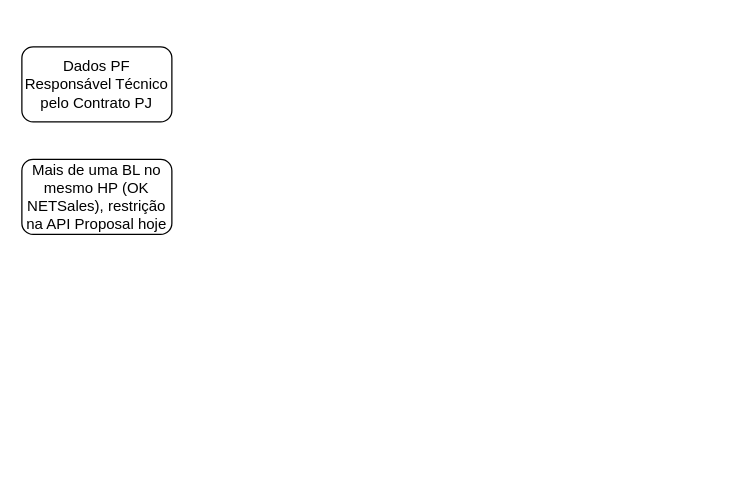
This is PME FIXA BASE SOLAR.drawio from samirali/ClaroBrasil, a draw.io file, before an edit. Source tidied: cells renumbered, new cells numbered last; positions are measured from the earlier drawing's top-left corner, leaving out a move shared by most shapes. Both pictures are drawn from the tidied source at 125%, with x=0, y=0 at pixel (21, 46).
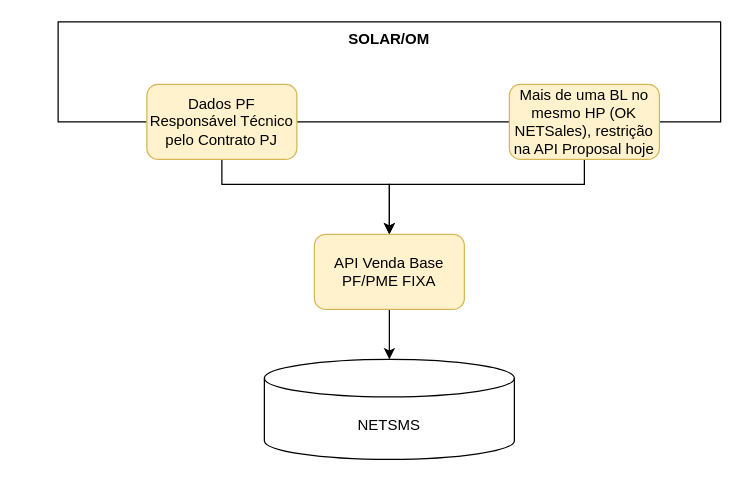
After the change.

Diff of the diagram source:
```diff
@@
 <mxGraphModel>
   <root>
     <mxCell id="0" />
     <mxCell id="1" parent="0" />
+    <mxCell id="4" value="SOLAR/OM" style="rounded=0;whiteSpace=wrap;html=1;verticalAlign=top;fontStyle=1;" parent="1" vertex="1">
+      <mxGeometry x="29" y="-20" width="530" height="80" as="geometry" />
+    </mxCell>
+    <mxCell id="5" style="edgeStyle=orthogonalEdgeStyle;rounded=0;jettySize=auto;html=1;entryX=0.5;entryY=0;entryDx=0;entryDy=0;" parent="1" edge="1" source="2" target="8">
+      <mxGeometry relative="1" as="geometry">
+        <Array as="points">
+          <mxPoint x="160" y="110" />
+          <mxPoint x="294" y="110" />
+        </Array>
+      </mxGeometry>
+    </mxCell>
-    <mxCell id="2" value="Dados PF Responsável Técnico pelo Contrato PJ" style="rounded=1;whiteSpace=wrap;html=1;" parent="1" vertex="1">
-      <mxGeometry width="120" height="60" as="geometry" />
+    <mxCell id="2" value="Dados PF Responsável Técnico pelo Contrato PJ" style="rounded=1;whiteSpace=wrap;html=1;fillColor=#fff2cc;strokeColor=#d6b656;" parent="1" vertex="1">
+      <mxGeometry x="100" y="30" width="120" height="60" as="geometry" />
     </mxCell>
+    <mxCell id="6" style="edgeStyle=orthogonalEdgeStyle;rounded=0;jettySize=auto;html=1;" parent="1" edge="1" source="3" target="8">
+      <mxGeometry relative="1" as="geometry">
+        <Array as="points">
+          <mxPoint x="450" y="110" />
+          <mxPoint x="294" y="110" />
+        </Array>
+      </mxGeometry>
+    </mxCell>
-    <mxCell id="3" value="Mais de uma BL no mesmo HP (OK NETSales), restrição na API Proposal hoje" style="rounded=1;whiteSpace=wrap;html=1;" parent="1" vertex="1">
-      <mxGeometry y="90" width="120" height="60" as="geometry" />
+    <mxCell id="3" value="Mais de uma BL no mesmo HP (OK NETSales), restrição na API Proposal hoje" style="rounded=1;whiteSpace=wrap;html=1;fillColor=#fff2cc;strokeColor=#d6b656;" parent="1" vertex="1">
+      <mxGeometry x="390" y="30" width="120" height="60" as="geometry" />
     </mxCell>
+    <mxCell id="7" style="edgeStyle=orthogonalEdgeStyle;rounded=0;jettySize=auto;html=1;" parent="1" edge="1" source="8" target="9">
+      <mxGeometry relative="1" as="geometry" />
+    </mxCell>
+    <mxCell id="8" value="API Venda Base PF/PME FIXA" style="rounded=1;whiteSpace=wrap;html=1;fillColor=#fff2cc;strokeColor=#d6b656;" parent="1" vertex="1">
+      <mxGeometry x="234" y="150" width="120" height="60" as="geometry" />
+    </mxCell>
+    <mxCell id="9" value="NETSMS" style="shape=cylinder3;whiteSpace=wrap;html=1;boundedLbl=1;backgroundOutline=1;size=15;" parent="1" vertex="1">
+      <mxGeometry x="194" y="250" width="200" height="80" as="geometry" />
+    </mxCell>
   </root>
 </mxGraphModel>
```
